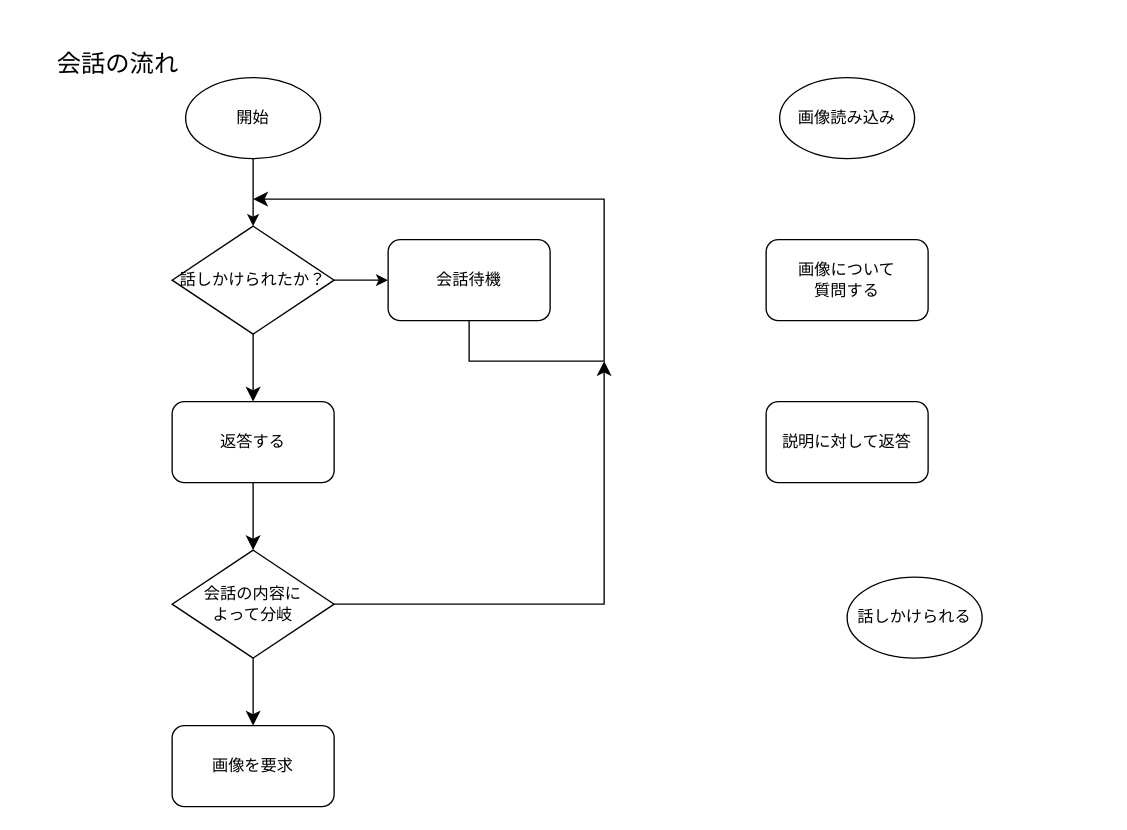
This is documents/アプリ仕様.drawio from Theme-Research-org/kadai_kenkyu-, a draw.io file, before an edit. Source tidied: cells renumbered, new cells numbered last; positions are measured from the earlier drawing's top-left corner, leaving out a move shared by most shapes. Both pictures are drawn from the tidied source at 135%, with x=0, y=0 at pixel (23, 23).
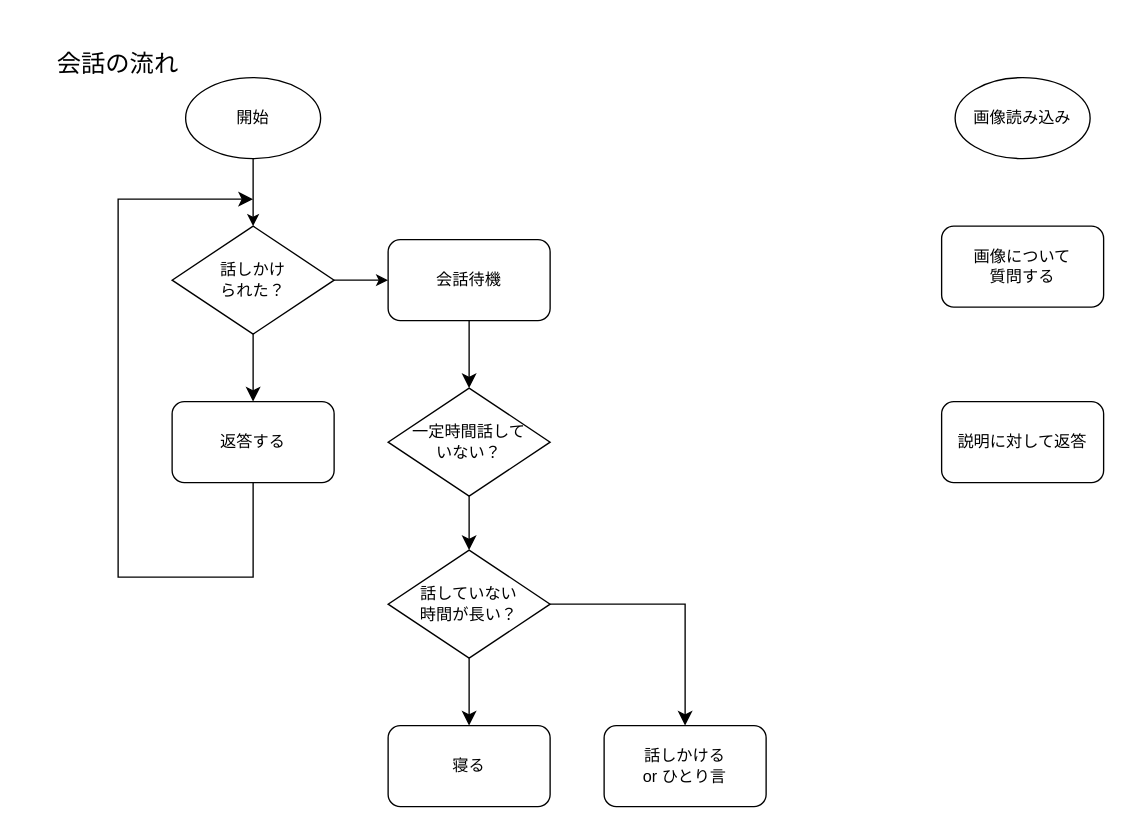
After the change.

Commit message:
アプリ仕様.drawio を更新します

Unchanged cells that the change refers to:
```xml
<mxCell id="5" value="返答する" style="rounded=1;whiteSpace=wrap;html=1;" parent="1" vertex="1">
  <mxGeometry x="110" y="280" width="120" height="60" as="geometry" />
</mxCell>
<mxCell id="11" value="会話待機" style="rounded=1;whiteSpace=wrap;html=1;" parent="1" vertex="1">
  <mxGeometry x="270" y="160" width="120" height="60" as="geometry" />
</mxCell>
```

Change to the diagram source:
```diff
@@
-    <mxCell id="2" value="話しかけられる" style="strokeWidth=1;html=1;shape=mxgraph.flowchart.start_1;whiteSpace=wrap;" parent="1" vertex="1">
-      <mxGeometry x="610" y="410" width="100" height="60" as="geometry" />
-    </mxCell>
@@
-    <mxCell id="4" style="edgeStyle=none;curved=1;rounded=0;jettySize=auto;html=1;fontSize=12;startSize=8;endSize=8;" parent="1" edge="1" source="5" target="17">
-      <mxGeometry relative="1" as="geometry" />
-    </mxCell>
@@
     <mxCell id="6" value="画像読み込み" style="strokeWidth=1;html=1;shape=mxgraph.flowchart.start_1;whiteSpace=wrap;" parent="1" vertex="1">
-      <mxGeometry x="560" y="40" width="100" height="60" as="geometry" />
+      <mxGeometry x="690" y="40" width="100" height="60" as="geometry" />
     </mxCell>
     <mxCell id="7" value="画像について&lt;div&gt;質問する&lt;/div&gt;" style="rounded=1;whiteSpace=wrap;html=1;" parent="1" vertex="1">
-      <mxGeometry x="550" y="160" width="120" height="60" as="geometry" />
+      <mxGeometry x="680" y="150" width="120" height="60" as="geometry" />
     </mxCell>
     <mxCell id="8" value="説明に対して返答" style="rounded=1;whiteSpace=wrap;html=1;" parent="1" vertex="1">
-      <mxGeometry x="550" y="280" width="120" height="60" as="geometry" />
+      <mxGeometry x="680" y="280" width="120" height="60" as="geometry" />
     </mxCell>
@@
+    <mxCell id="20" style="edgeStyle=none;curved=1;rounded=0;jettySize=auto;html=1;fontSize=12;startSize=8;endSize=8;" parent="1" edge="1" source="11" target="23">
+      <mxGeometry relative="1" as="geometry" />
+    </mxCell>
@@
-    <mxCell id="14" value="話しかけられたか？" style="rhombus;whiteSpace=wrap;html=1;" parent="1" vertex="1">
+    <mxCell id="14" value="話しかけ&lt;div&gt;られた？&lt;/div&gt;" style="rhombus;whiteSpace=wrap;html=1;" parent="1" vertex="1">
       <mxGeometry x="110" y="150" width="120" height="80" as="geometry" />
     </mxCell>
-    <mxCell id="15" style="edgeStyle=segmentEdgeStyle;endArrow=classic;html=1;curved=0;rounded=0;endSize=8;startSize=8;sourcePerimeterSpacing=0;targetPerimeterSpacing=0;fontSize=12;exitX=0.5;exitY=1;exitDx=0;exitDy=0;" parent="1" edge="1" source="11">
-      <mxGeometry relative="1" as="geometry">
-        <mxPoint x="170" y="130" as="targetPoint" />
-        <Array as="points">
-          <mxPoint x="330" y="250" />
-          <mxPoint x="430" y="250" />
-          <mxPoint x="430" y="130" />
-        </Array>
-      </mxGeometry>
-    </mxCell>
-    <mxCell id="16" style="edgeStyle=none;curved=1;rounded=0;jettySize=auto;html=1;fontSize=12;startSize=8;endSize=8;" parent="1" edge="1" source="17" target="19">
-      <mxGeometry relative="1" as="geometry" />
-    </mxCell>
-    <mxCell id="17" value="会話の内容に&lt;div&gt;よって分岐&lt;/div&gt;" style="rhombus;whiteSpace=wrap;html=1;" parent="1" vertex="1">
-      <mxGeometry x="110" y="390" width="120" height="80" as="geometry" />
-    </mxCell>
-    <mxCell id="18" style="edgeStyle=segmentEdgeStyle;endArrow=classic;html=1;curved=0;rounded=0;endSize=8;startSize=8;sourcePerimeterSpacing=0;targetPerimeterSpacing=0;fontSize=12;exitX=1;exitY=0.5;exitDx=0;exitDy=0;" parent="1" edge="1" source="17">
-      <mxGeometry relative="1" as="geometry">
-        <mxPoint x="430" y="250" as="targetPoint" />
-        <Array as="points">
-          <mxPoint x="430" y="430" />
-          <mxPoint x="430" y="280" />
-        </Array>
-      </mxGeometry>
-    </mxCell>
-    <mxCell id="19" value="画像を要求" style="rounded=1;whiteSpace=wrap;html=1;" parent="1" vertex="1">
-      <mxGeometry x="110" y="520" width="120" height="60" as="geometry" />
-    </mxCell>
+    <mxCell id="21" style="edgeStyle=segmentEdgeStyle;endArrow=classic;html=1;curved=0;rounded=0;endSize=8;startSize=8;sourcePerimeterSpacing=0;targetPerimeterSpacing=0;fontSize=12;exitX=0.5;exitY=1;exitDx=0;exitDy=0;" parent="1" edge="1" source="5">
+      <mxGeometry relative="1" as="geometry">
+        <mxPoint x="170" y="130" as="targetPoint" />
+        <Array as="points">
+          <mxPoint x="170" y="410" />
+          <mxPoint x="70" y="410" />
+          <mxPoint x="70" y="130" />
+        </Array>
+      </mxGeometry>
+    </mxCell>
+    <mxCell id="22" style="edgeStyle=none;curved=1;rounded=0;jettySize=auto;html=1;fontSize=12;startSize=8;endSize=8;" parent="1" edge="1" source="23" target="26">
+      <mxGeometry relative="1" as="geometry" />
+    </mxCell>
+    <mxCell id="23" value="一定時間&lt;span style=&quot;background-color: initial;&quot;&gt;話して&lt;/span&gt;&lt;div&gt;&lt;span style=&quot;background-color: initial;&quot;&gt;いない？&lt;/span&gt;&lt;/div&gt;" style="rhombus;whiteSpace=wrap;html=1;" parent="1" vertex="1">
+      <mxGeometry x="270" y="270" width="120" height="80" as="geometry" />
+    </mxCell>
+    <mxCell id="24" value="話しかける&lt;div&gt;&lt;span style=&quot;background-color: initial;&quot;&gt;or ひとり言&lt;/span&gt;&lt;/div&gt;" style="rounded=1;whiteSpace=wrap;html=1;" parent="1" vertex="1">
+      <mxGeometry x="430" y="520" width="120" height="60" as="geometry" />
+    </mxCell>
+    <mxCell id="25" style="edgeStyle=none;curved=1;rounded=0;jettySize=auto;html=1;fontSize=12;startSize=8;endSize=8;" parent="1" edge="1" source="26" target="27">
+      <mxGeometry relative="1" as="geometry" />
+    </mxCell>
+    <mxCell id="26" value="&lt;span style=&quot;background-color: initial;&quot;&gt;話して&lt;/span&gt;&lt;span style=&quot;background-color: initial;&quot;&gt;いない&lt;/span&gt;&lt;div&gt;&lt;span style=&quot;background-color: initial;&quot;&gt;時間が長い？&lt;/span&gt;&lt;/div&gt;" style="rhombus;whiteSpace=wrap;html=1;" parent="1" vertex="1">
+      <mxGeometry x="270" y="390" width="120" height="80" as="geometry" />
+    </mxCell>
+    <mxCell id="27" value="寝る" style="rounded=1;whiteSpace=wrap;html=1;" parent="1" vertex="1">
+      <mxGeometry x="270" y="520" width="120" height="60" as="geometry" />
+    </mxCell>
+    <mxCell id="28" style="edgeStyle=segmentEdgeStyle;endArrow=classic;html=1;curved=0;rounded=0;endSize=8;startSize=8;sourcePerimeterSpacing=0;targetPerimeterSpacing=0;fontSize=12;exitX=1;exitY=0.5;exitDx=0;exitDy=0;" parent="1" edge="1" source="26" target="24">
+      <mxGeometry relative="1" as="geometry">
+        <Array as="points">
+          <mxPoint x="490" y="430" />
+        </Array>
+      </mxGeometry>
+    </mxCell>
```
